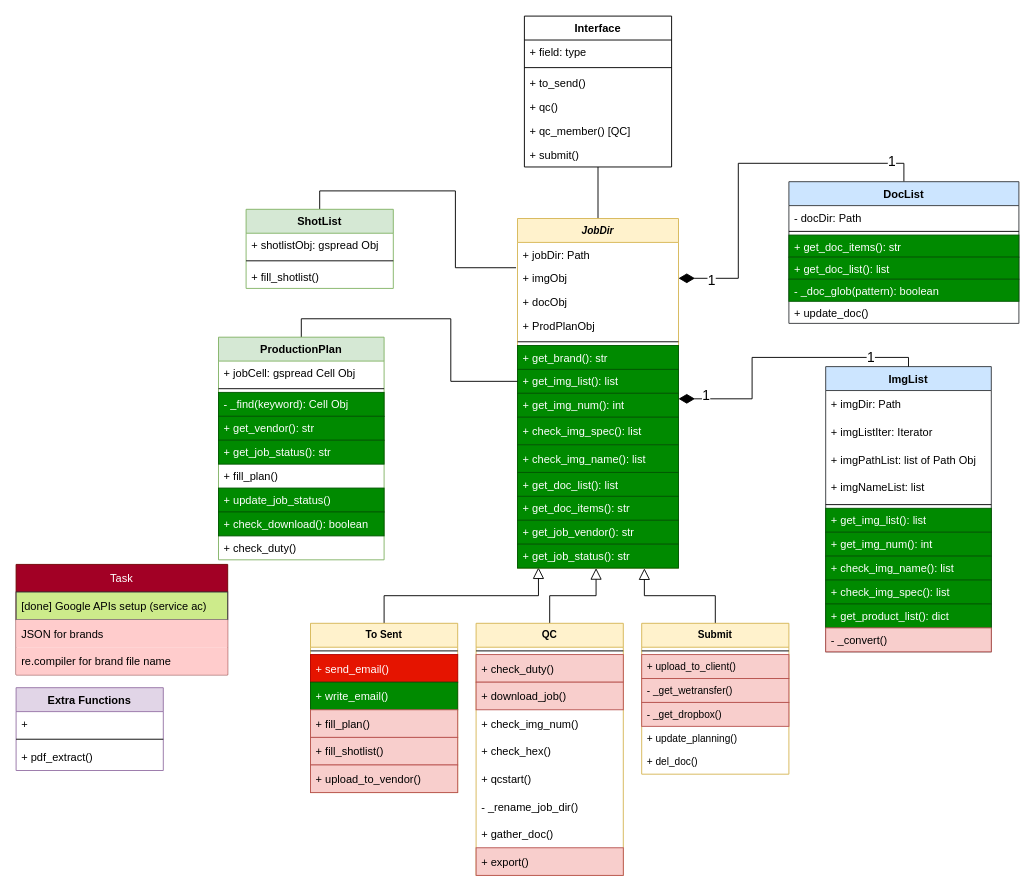
This is page "Class Diagram" (1 of 2) of IHS Class Diagram.drawio from pugtooone/pyhs, a draw.io file, before an edit. Source tidied: cells renumbered, new cells numbered last; positions are measured from the earlier drawing's top-left corner, leaving out a move shared by most shapes. Both pictures are drawn from the tidied source at 92%, with x=0, y=0 at pixel (16, 16).
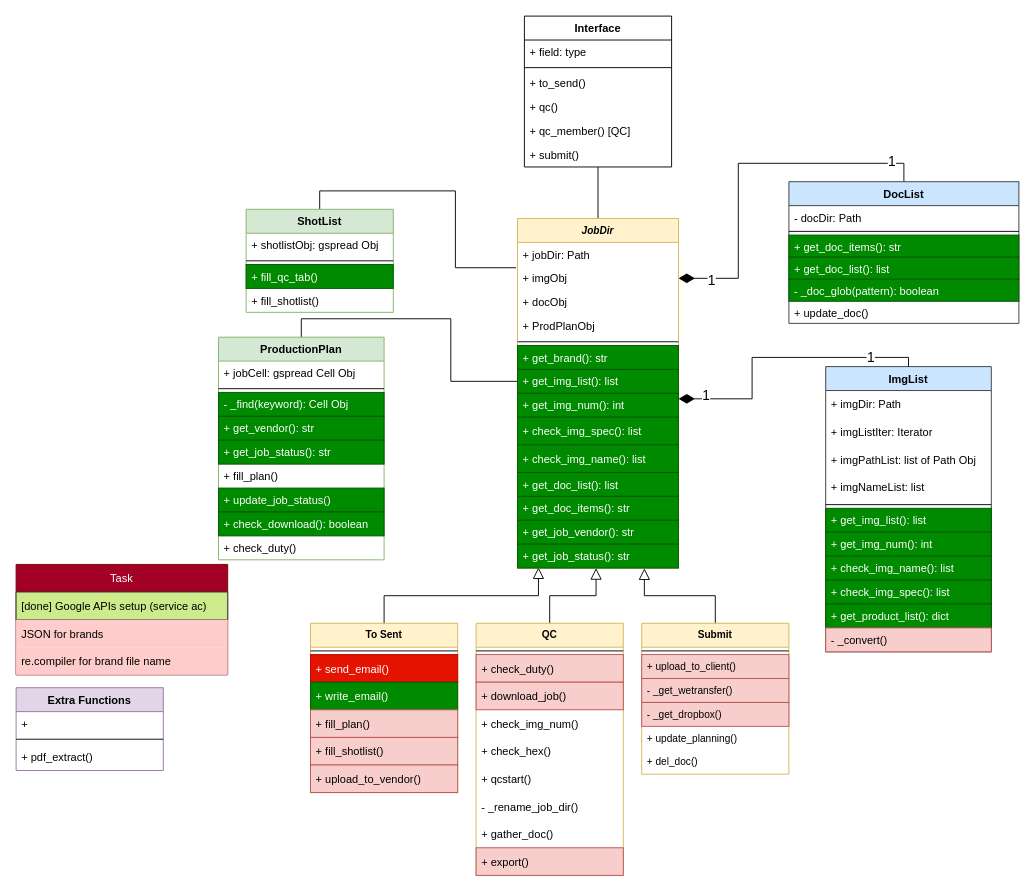
The same diagram, later.

Diff of the diagram source:
```diff
@@
     <mxCell id="89" value="ShotList" style="swimlane;fontStyle=1;align=center;verticalAlign=top;horizontal=1;startSize=26;fontSize=12;fillColor=#d5e8d4;strokeColor=#82b366;" parent="1" vertex="1">
-      <mxGeometry x="250" y="210" width="160" height="86" as="geometry" />
+      <mxGeometry x="250" y="210" width="160" height="112" as="geometry" />
     </mxCell>
@@
+    <mxCell id="101" value="+ fill_qc_tab()" style="text;strokeColor=#005700;fillColor=#008a00;align=left;verticalAlign=top;spacingLeft=4;spacingRight=4;overflow=hidden;fontSize=12;fontColor=#ffffff;" parent="89" vertex="1">
+      <mxGeometry y="60" width="160" height="26" as="geometry" />
+    </mxCell>
     <mxCell id="92" value="+ fill_shotlist()" style="text;strokeColor=none;fillColor=none;align=left;verticalAlign=top;spacingLeft=4;spacingRight=4;overflow=hidden;fontSize=12;" parent="89" vertex="1">
-      <mxGeometry y="60" width="160" height="26" as="geometry" />
+      <mxGeometry y="86" width="160" height="26" as="geometry" />
     </mxCell>
```
